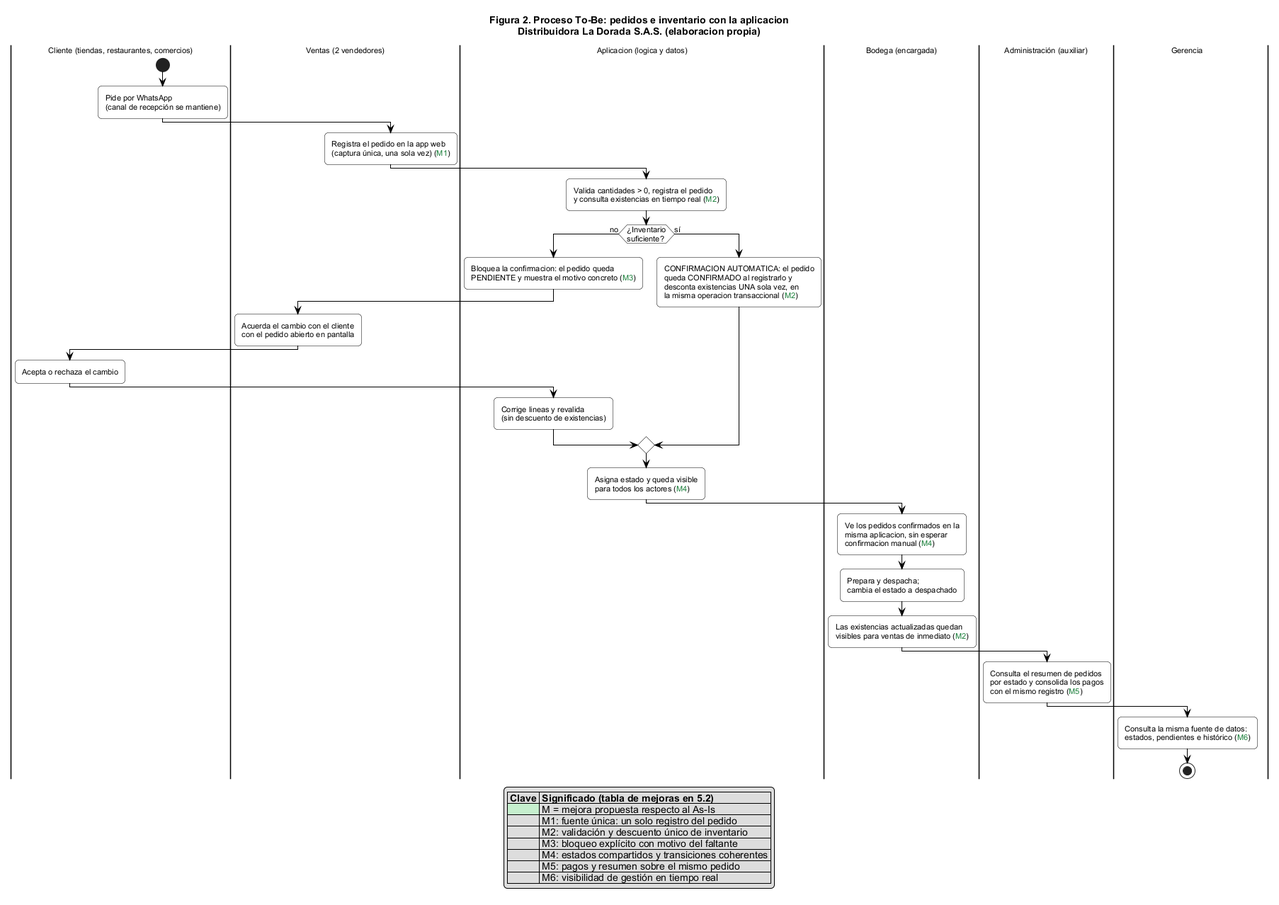
This is docs/diagramas/to-be-la-dorada.png from Mr-Felipe/distri_la_dorada, a PlantUML export, as it was before one commit.
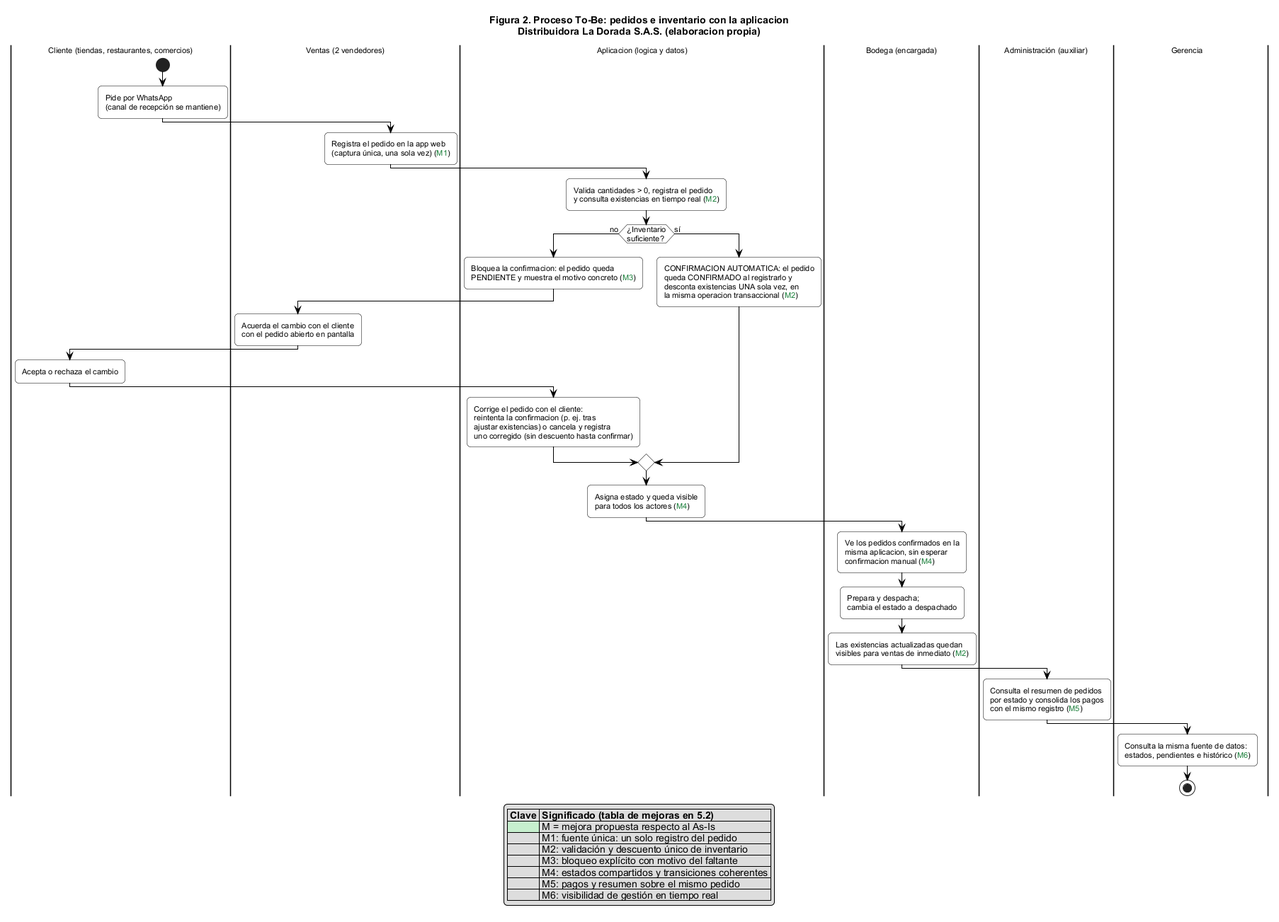
After the commit.

Diff of the diagram source:
```diff
@@ -27,7 +27,7 @@
   |Cliente (tiendas, restaurantes, comercios)|
   :Acepta o rechaza el cambio;
   |Aplicacion (logica y datos)|
-  :Corrige lineas y revalida\n(sin descuento de existencias);
+  :Corrige el pedido con el cliente:\nreintenta la confirmacion (p. ej. tras\najustar existencias) o cancela y registra\nuno corregido (sin descuento hasta confirmar);
 else (sí)
   :CONFIRMACION AUTOMATICA: el pedido\nqueda CONFIRMADO al registrarlo y\ndesconta existencias UNA sola vez, en\nla misma operacion transaccional (<color:#1B7F3B>M2</color>);
 endif
```
